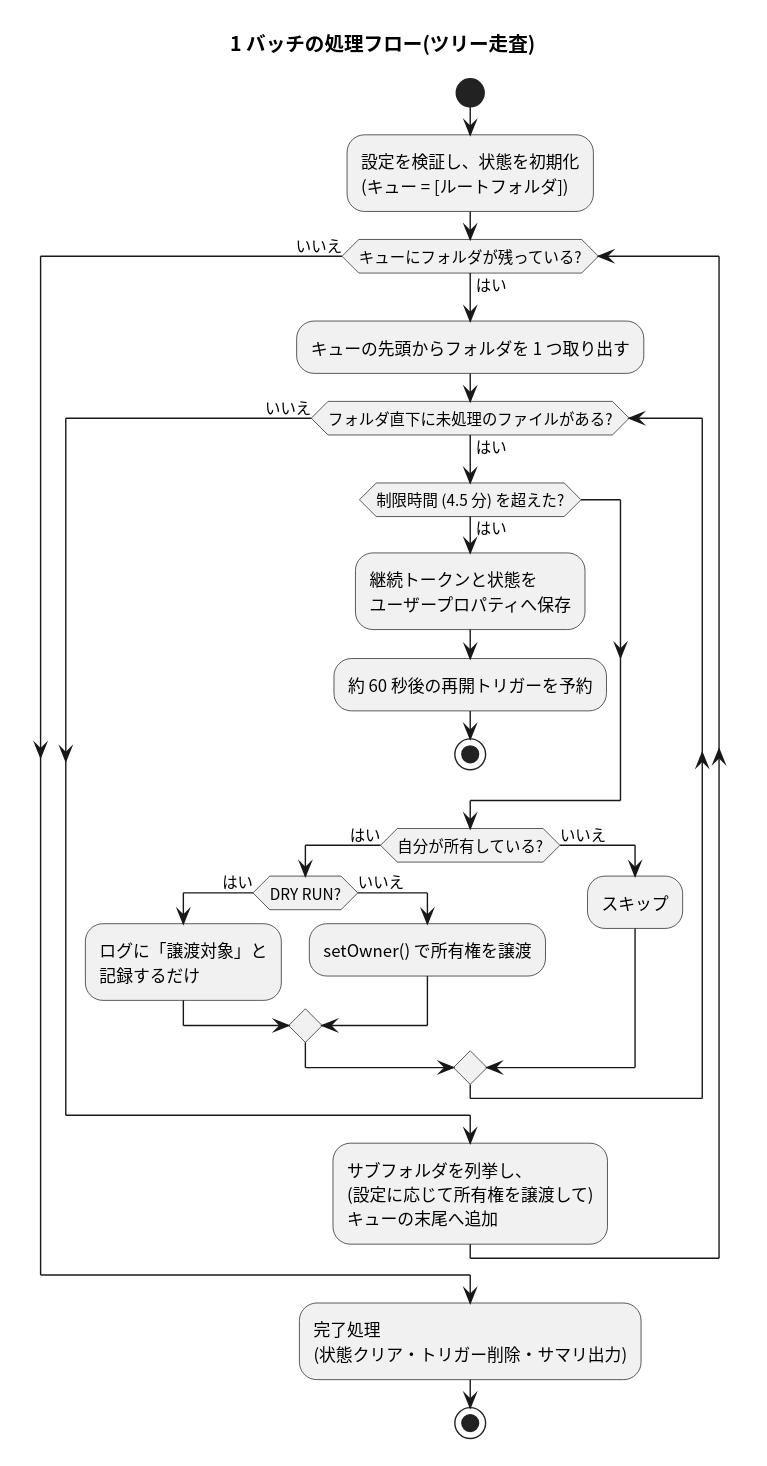
pollenjp-org/sandbox keeps this PlantUML diagram as gas-drive-ownership-transfer-2026-07-11/docs/textbook/images/02_batch_activity.svg. Above is the earlier version.
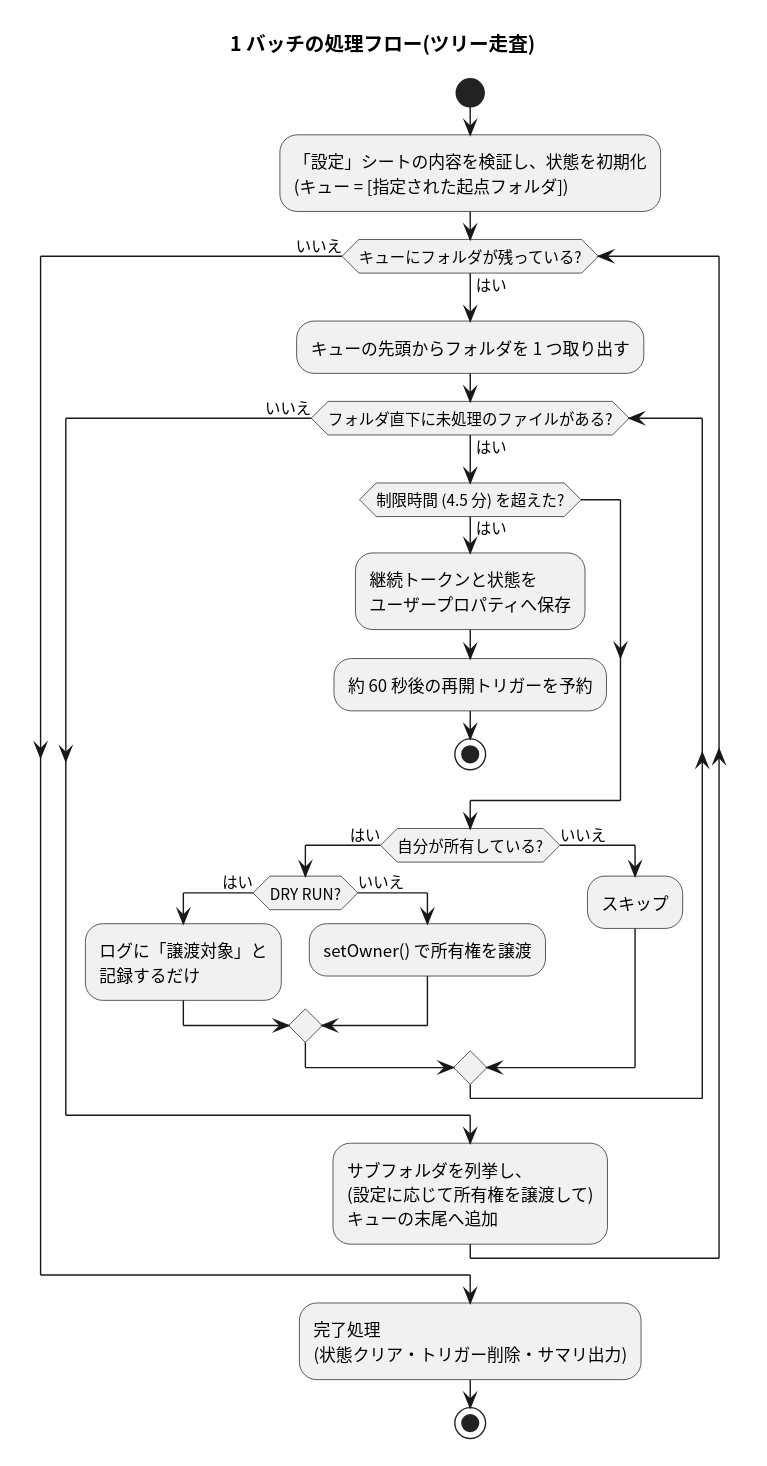
After the change.

Diff of the diagram source:
```diff
@@ -4,7 +4,7 @@
 skinparam shadowing false
 
 start
-:設定を検証し、状態を初期化\n(キュー = [ルートフォルダ]);
+:「設定」シートの内容を検証し、状態を初期化\n(キュー = [指定された起点フォルダ]);
 while (キューにフォルダが残っている?) is (はい)
   :キューの先頭からフォルダを 1 つ取り出す;
   while (フォルダ直下に未処理のファイルがある?) is (はい)
```
